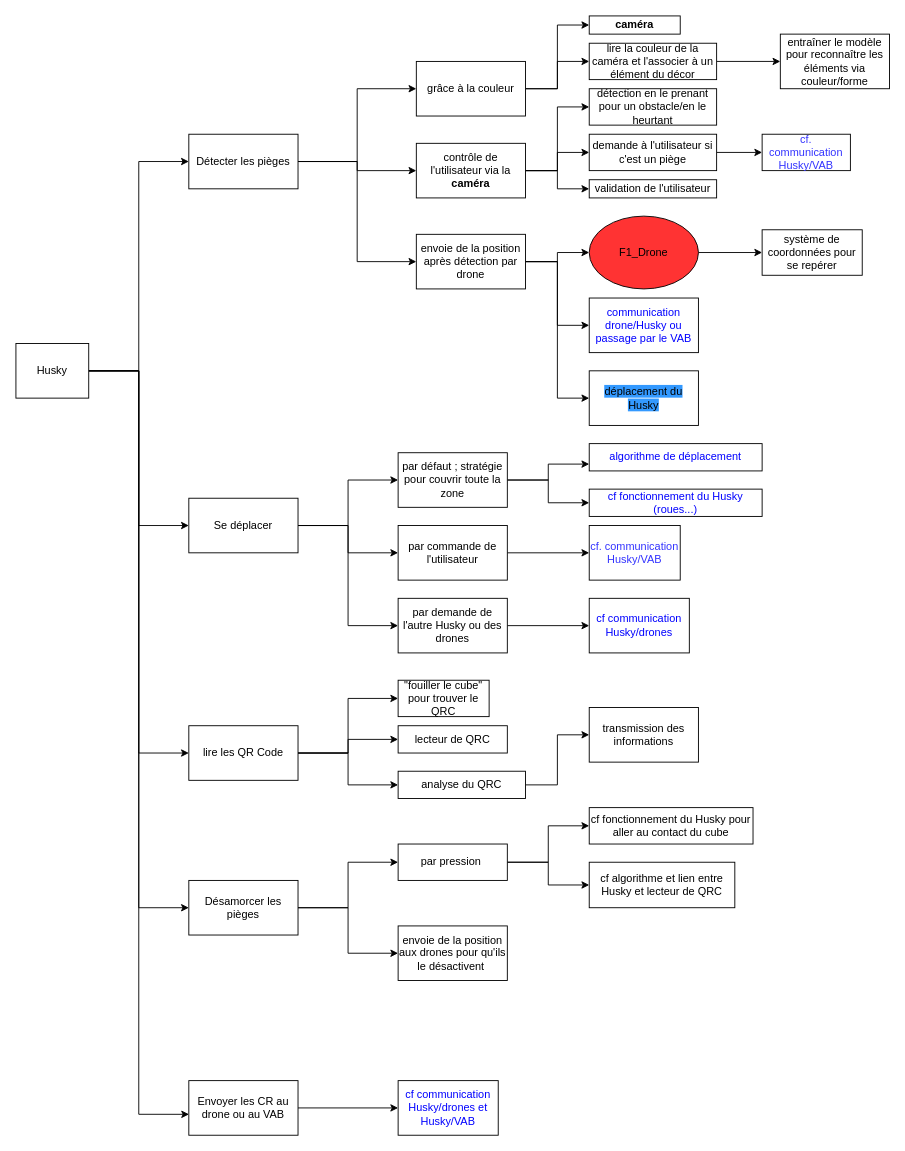
This is page "Page-1" (1 of 2) of Diagrammes/F15.drawio from annieliu52/CoHoMa, a draw.io file, before an edit. Source tidied: cells renumbered, new cells numbered last; positions are measured from the earlier drawing's top-left corner, leaving out a move shared by most shapes. Both pictures are drawn from the tidied source at 91%, with x=0, y=0 at pixel (15, 15).
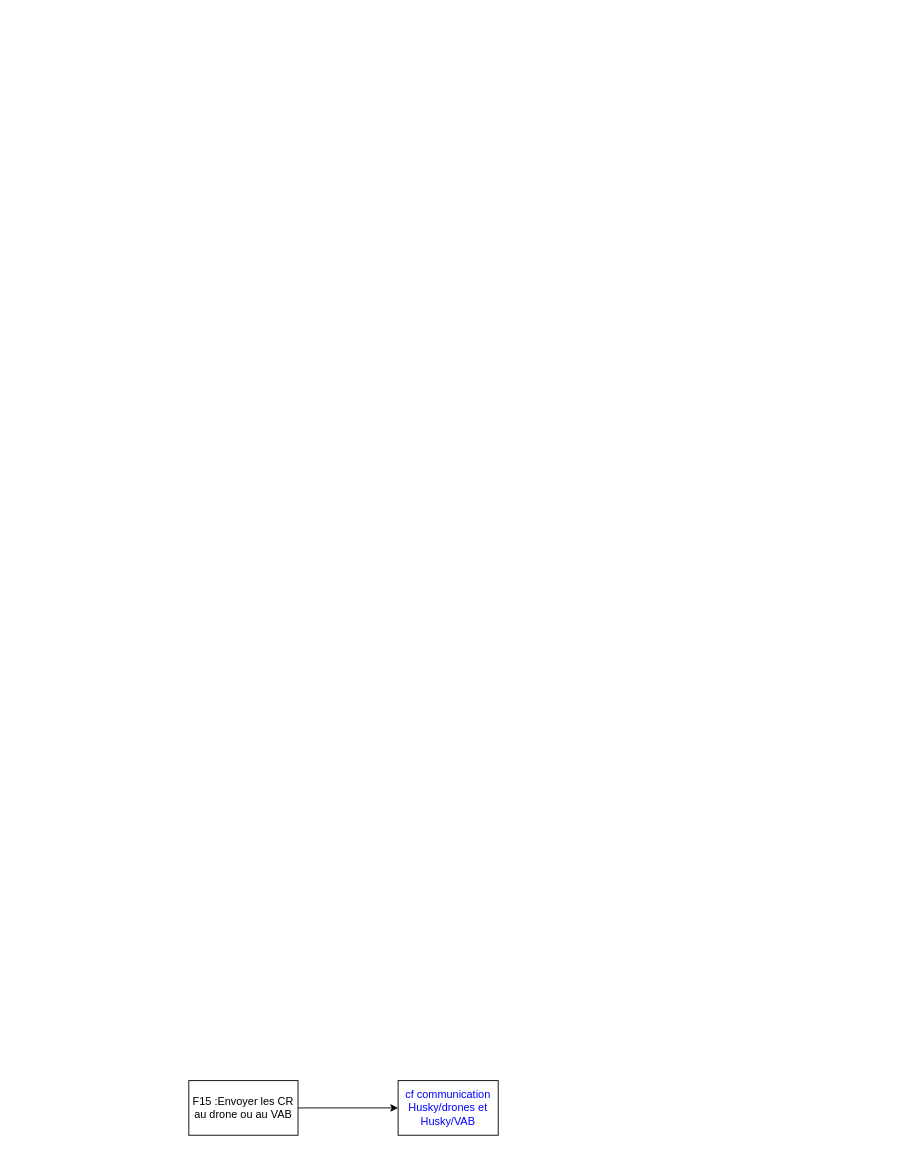
Above is the later version.

The edit, as a diff of the source:
```diff
@@
-    <mxCell id="2" style="edgeStyle=orthogonalEdgeStyle;rounded=0;jettySize=auto;html=1;exitX=1;exitY=0.5;exitDx=0;exitDy=0;entryX=0;entryY=0.5;entryDx=0;entryDy=0;" parent="1" edge="1" source="5" target="23">
-      <mxGeometry relative="1" as="geometry" />
-    </mxCell>
-    <mxCell id="3" style="edgeStyle=orthogonalEdgeStyle;rounded=0;jettySize=auto;html=1;exitX=1;exitY=0.5;exitDx=0;exitDy=0;entryX=0;entryY=0.5;entryDx=0;entryDy=0;" parent="1" edge="1" source="5" target="28">
-      <mxGeometry relative="1" as="geometry" />
-    </mxCell>
-    <mxCell id="4" style="edgeStyle=orthogonalEdgeStyle;rounded=0;jettySize=auto;html=1;exitX=1;exitY=0.5;exitDx=0;exitDy=0;entryX=0;entryY=0.5;entryDx=0;entryDy=0;" parent="1" edge="1" source="5" target="32">
-      <mxGeometry relative="1" as="geometry" />
-    </mxCell>
-    <mxCell id="5" value="Détecter les pièges" style="rounded=0;whiteSpace=wrap;html=1;" parent="1" vertex="1">
-      <mxGeometry x="190" y="130" width="120" height="60" as="geometry" />
-    </mxCell>
-    <mxCell id="6" style="edgeStyle=orthogonalEdgeStyle;rounded=0;jettySize=auto;html=1;exitX=1;exitY=0.5;exitDx=0;exitDy=0;entryX=0;entryY=0.5;entryDx=0;entryDy=0;fontColor=#000000;" parent="1" edge="1" source="9" target="48">
-      <mxGeometry relative="1" as="geometry" />
-    </mxCell>
-    <mxCell id="7" style="edgeStyle=orthogonalEdgeStyle;rounded=0;jettySize=auto;html=1;exitX=1;exitY=0.5;exitDx=0;exitDy=0;entryX=0;entryY=0.5;entryDx=0;entryDy=0;fontColor=#000000;" parent="1" edge="1" source="9" target="50">
-      <mxGeometry relative="1" as="geometry" />
-    </mxCell>
-    <mxCell id="8" style="edgeStyle=orthogonalEdgeStyle;rounded=0;jettySize=auto;html=1;exitX=1;exitY=0.5;exitDx=0;exitDy=0;entryX=0;entryY=0.5;entryDx=0;entryDy=0;fontColor=#000000;" parent="1" edge="1" source="9" target="52">
-      <mxGeometry relative="1" as="geometry" />
-    </mxCell>
-    <mxCell id="9" value="Se déplacer" style="rounded=0;whiteSpace=wrap;html=1;" parent="1" vertex="1">
-      <mxGeometry x="190" y="530" width="120" height="60" as="geometry" />
-    </mxCell>
-    <mxCell id="10" style="edgeStyle=orthogonalEdgeStyle;rounded=0;jettySize=auto;html=1;exitX=1;exitY=0.5;exitDx=0;exitDy=0;entryX=0;entryY=0.5;entryDx=0;entryDy=0;fontColor=#000000;" parent="1" edge="1" source="12" target="65">
-      <mxGeometry relative="1" as="geometry" />
-    </mxCell>
-    <mxCell id="11" style="edgeStyle=orthogonalEdgeStyle;rounded=0;jettySize=auto;html=1;exitX=1;exitY=0.5;exitDx=0;exitDy=0;entryX=0;entryY=0.5;entryDx=0;entryDy=0;fontColor=#000000;" parent="1" edge="1" source="12" target="68">
-      <mxGeometry relative="1" as="geometry" />
-    </mxCell>
-    <mxCell id="12" value="Désamorcer les pièges" style="rounded=0;whiteSpace=wrap;html=1;" parent="1" vertex="1">
-      <mxGeometry x="190" y="950" width="120" height="60" as="geometry" />
-    </mxCell>
@@
-    <mxCell id="14" value="Envoyer les CR au drone ou au VAB" style="rounded=0;whiteSpace=wrap;html=1;" parent="1" vertex="1">
+    <mxCell id="14" value="F15 :Envoyer les CR au drone ou au VAB" style="rounded=0;whiteSpace=wrap;html=1;" parent="1" vertex="1">
       <mxGeometry x="190" y="1170" width="120" height="60" as="geometry" />
     </mxCell>
-    <mxCell id="15" style="edgeStyle=orthogonalEdgeStyle;rounded=0;jettySize=auto;html=1;entryX=0;entryY=0.5;entryDx=0;entryDy=0;" parent="1" edge="1" source="20" target="5">
-      <mxGeometry relative="1" as="geometry" />
-    </mxCell>
-    <mxCell id="16" style="edgeStyle=orthogonalEdgeStyle;rounded=0;jettySize=auto;html=1;exitX=1;exitY=0.5;exitDx=0;exitDy=0;entryX=0;entryY=0.5;entryDx=0;entryDy=0;" parent="1" edge="1" source="20" target="9">
-      <mxGeometry relative="1" as="geometry" />
-    </mxCell>
-    <mxCell id="17" style="edgeStyle=orthogonalEdgeStyle;rounded=0;jettySize=auto;html=1;exitX=1;exitY=0.5;exitDx=0;exitDy=0;entryX=0;entryY=0.5;entryDx=0;entryDy=0;" parent="1" edge="1" source="20" target="12">
-      <mxGeometry relative="1" as="geometry" />
-    </mxCell>
-    <mxCell id="18" style="edgeStyle=orthogonalEdgeStyle;rounded=0;jettySize=auto;html=1;entryX=0.002;entryY=0.617;entryDx=0;entryDy=0;entryPerimeter=0;" parent="1" edge="1" source="20" target="14">
-      <mxGeometry relative="1" as="geometry" />
-    </mxCell>
-    <mxCell id="19" style="edgeStyle=orthogonalEdgeStyle;rounded=0;jettySize=auto;html=1;exitX=1;exitY=0.5;exitDx=0;exitDy=0;entryX=0;entryY=0.5;entryDx=0;entryDy=0;fontColor=#000000;" parent="1" edge="1" source="20" target="60">
-      <mxGeometry relative="1" as="geometry" />
-    </mxCell>
-    <mxCell id="20" value="Husky" style="rounded=0;whiteSpace=wrap;html=1;" parent="1" vertex="1">
-      <mxGeometry y="360" width="80" height="60" as="geometry" />
-    </mxCell>
-    <mxCell id="21" style="edgeStyle=orthogonalEdgeStyle;rounded=0;jettySize=auto;html=1;exitX=1;exitY=0.5;exitDx=0;exitDy=0;entryX=0;entryY=0.5;entryDx=0;entryDy=0;fontColor=#000000;" parent="1" edge="1" source="23" target="39">
-      <mxGeometry relative="1" as="geometry" />
-    </mxCell>
-    <mxCell id="22" style="edgeStyle=orthogonalEdgeStyle;rounded=0;jettySize=auto;html=1;exitX=1;exitY=0.5;exitDx=0;exitDy=0;entryX=0;entryY=0.5;entryDx=0;entryDy=0;fontColor=#000000;" parent="1" edge="1" source="23" target="41">
-      <mxGeometry relative="1" as="geometry" />
-    </mxCell>
-    <mxCell id="23" value="grâce à la couleur" style="rounded=0;whiteSpace=wrap;html=1;" parent="1" vertex="1">
-      <mxGeometry x="440" y="50" width="120" height="60" as="geometry" />
-    </mxCell>
-    <mxCell id="24" value="détection en le prenant pour un obstacle/en le heurtant" style="rounded=0;whiteSpace=wrap;html=1;" parent="1" vertex="1">
-      <mxGeometry x="630" y="80" width="140" height="40" as="geometry" />
-    </mxCell>
-    <mxCell id="25" style="edgeStyle=orthogonalEdgeStyle;rounded=0;jettySize=auto;html=1;exitX=1;exitY=0.5;exitDx=0;exitDy=0;entryX=0;entryY=0.5;entryDx=0;entryDy=0;" parent="1" edge="1" source="28" target="24">
-      <mxGeometry relative="1" as="geometry" />
-    </mxCell>
-    <mxCell id="26" style="edgeStyle=orthogonalEdgeStyle;rounded=0;jettySize=auto;html=1;exitX=1;exitY=0.5;exitDx=0;exitDy=0;entryX=0;entryY=0.5;entryDx=0;entryDy=0;fontColor=#000000;" parent="1" edge="1" source="28" target="36">
-      <mxGeometry relative="1" as="geometry" />
-    </mxCell>
-    <mxCell id="27" style="edgeStyle=orthogonalEdgeStyle;rounded=0;jettySize=auto;html=1;exitX=1;exitY=0.5;exitDx=0;exitDy=0;entryX=0;entryY=0.5;entryDx=0;entryDy=0;fontColor=#000000;" parent="1" edge="1" source="28" target="37">
-      <mxGeometry relative="1" as="geometry" />
-    </mxCell>
-    <mxCell id="28" value="contrôle de l'utilisateur via la &lt;b&gt;caméra&lt;/b&gt;" style="rounded=0;whiteSpace=wrap;html=1;" parent="1" vertex="1">
-      <mxGeometry x="440" y="140" width="120" height="60" as="geometry" />
-    </mxCell>
-    <mxCell id="29" style="edgeStyle=orthogonalEdgeStyle;rounded=0;jettySize=auto;html=1;exitX=1;exitY=0.5;exitDx=0;exitDy=0;entryX=0;entryY=0.5;entryDx=0;entryDy=0;fontColor=#FF3333;" parent="1" edge="1" source="32" target="34">
-      <mxGeometry relative="1" as="geometry" />
-    </mxCell>
-    <mxCell id="30" style="edgeStyle=orthogonalEdgeStyle;rounded=0;jettySize=auto;html=1;exitX=1;exitY=0.5;exitDx=0;exitDy=0;entryX=0;entryY=0.5;entryDx=0;entryDy=0;fontColor=#0000FF;" parent="1" edge="1" source="32" target="43">
-      <mxGeometry relative="1" as="geometry" />
-    </mxCell>
-    <mxCell id="31" style="edgeStyle=orthogonalEdgeStyle;rounded=0;jettySize=auto;html=1;exitX=1;exitY=0.5;exitDx=0;exitDy=0;entryX=0;entryY=0.5;entryDx=0;entryDy=0;fontColor=#000000;" parent="1" edge="1" source="32" target="44">
-      <mxGeometry relative="1" as="geometry" />
-    </mxCell>
-    <mxCell id="32" value="envoie de la position après détection par drone" style="rounded=0;whiteSpace=wrap;html=1;" parent="1" vertex="1">
-      <mxGeometry x="440" y="240" width="120" height="60" as="geometry" />
-    </mxCell>
-    <mxCell id="33" style="edgeStyle=orthogonalEdgeStyle;rounded=0;jettySize=auto;html=1;exitX=1;exitY=0.5;exitDx=0;exitDy=0;entryX=0;entryY=0.5;entryDx=0;entryDy=0;fontColor=#000000;" parent="1" edge="1" source="34" target="45">
-      <mxGeometry relative="1" as="geometry" />
-    </mxCell>
-    <mxCell id="34" value="F1_Drone" style="ellipse;whiteSpace=wrap;html=1;fillColor=#FF3333;" parent="1" vertex="1">
-      <mxGeometry x="630" y="220" width="120" height="80" as="geometry" />
-    </mxCell>
-    <mxCell id="35" style="edgeStyle=orthogonalEdgeStyle;rounded=0;jettySize=auto;html=1;exitX=1;exitY=0.5;exitDx=0;exitDy=0;entryX=0;entryY=0.5;entryDx=0;entryDy=0;fontColor=#3333FF;" parent="1" edge="1" source="36" target="38">
-      <mxGeometry relative="1" as="geometry" />
-    </mxCell>
-    <mxCell id="36" value="&lt;font color=&quot;#000000&quot;&gt;demande à l'utilisateur si c'est un piège&lt;/font&gt;" style="rounded=0;whiteSpace=wrap;html=1;fontColor=#FF3333;fillColor=#FFFFFF;" parent="1" vertex="1">
-      <mxGeometry x="630" y="130" width="140" height="40" as="geometry" />
-    </mxCell>
-    <mxCell id="37" value="validation de l'utilisateur" style="rounded=0;whiteSpace=wrap;html=1;labelBackgroundColor=none;fontColor=#000000;fillColor=#FFFFFF;" parent="1" vertex="1">
-      <mxGeometry x="630" y="180" width="140" height="20" as="geometry" />
-    </mxCell>
-    <mxCell id="38" value="&lt;font color=&quot;#3333ff&quot;&gt;cf. communication Husky/VAB&lt;/font&gt;" style="rounded=0;whiteSpace=wrap;html=1;labelBackgroundColor=none;fontColor=#000000;fillColor=#FFFFFF;" parent="1" vertex="1">
-      <mxGeometry x="820" y="130" width="97" height="40" as="geometry" />
-    </mxCell>
-    <mxCell id="39" value="&lt;font color=&quot;#000000&quot;&gt;&lt;b&gt;caméra&lt;/b&gt;&lt;/font&gt;" style="rounded=0;whiteSpace=wrap;html=1;labelBackgroundColor=none;fontColor=#3333FF;fillColor=#FFFFFF;" parent="1" vertex="1">
-      <mxGeometry x="630" width="100" height="20" as="geometry" />
-    </mxCell>
-    <mxCell id="40" style="edgeStyle=orthogonalEdgeStyle;rounded=0;jettySize=auto;html=1;exitX=1;exitY=0.5;exitDx=0;exitDy=0;entryX=0;entryY=0.5;entryDx=0;entryDy=0;fontColor=#000000;" parent="1" edge="1" source="41" target="42">
-      <mxGeometry relative="1" as="geometry" />
-    </mxCell>
-    <mxCell id="41" value="lire la couleur de la caméra et l'associer à un élément du décor" style="rounded=0;whiteSpace=wrap;html=1;labelBackgroundColor=none;fontColor=#000000;fillColor=#FFFFFF;" parent="1" vertex="1">
-      <mxGeometry x="630" y="30" width="140" height="40" as="geometry" />
-    </mxCell>
-    <mxCell id="42" value="entraîner le modèle pour reconnaître les éléments via couleur/forme" style="rounded=0;whiteSpace=wrap;html=1;labelBackgroundColor=none;fontColor=#000000;fillColor=#FFFFFF;" parent="1" vertex="1">
-      <mxGeometry x="840" y="20" width="120" height="60" as="geometry" />
-    </mxCell>
-    <mxCell id="43" value="&lt;font color=&quot;#0000ff&quot;&gt;communication drone/Husky ou passage par le VAB&lt;/font&gt;" style="rounded=0;whiteSpace=wrap;html=1;labelBackgroundColor=none;fontColor=#000000;fillColor=#FFFFFF;" parent="1" vertex="1">
-      <mxGeometry x="630" y="310" width="120" height="60" as="geometry" />
-    </mxCell>
-    <mxCell id="44" value="&lt;font color=&quot;#000000&quot; style=&quot;background-color: rgb(51 , 153 , 255)&quot;&gt;déplacement du Husky&lt;/font&gt;" style="rounded=0;whiteSpace=wrap;html=1;labelBackgroundColor=none;fontColor=#0000FF;fillColor=#FFFFFF;" parent="1" vertex="1">
-      <mxGeometry x="630" y="390" width="120" height="60" as="geometry" />
-    </mxCell>
-    <mxCell id="45" value="système de coordonnées pour se repérer" style="rounded=0;whiteSpace=wrap;html=1;labelBackgroundColor=none;" parent="1" vertex="1">
-      <mxGeometry x="820" y="235" width="110" height="50" as="geometry" />
-    </mxCell>
-    <mxCell id="46" style="edgeStyle=orthogonalEdgeStyle;rounded=0;jettySize=auto;html=1;exitX=1;exitY=0.5;exitDx=0;exitDy=0;entryX=0;entryY=0.75;entryDx=0;entryDy=0;fontColor=#0000FF;" parent="1" edge="1" source="48" target="55">
-      <mxGeometry relative="1" as="geometry" />
-    </mxCell>
-    <mxCell id="47" style="edgeStyle=orthogonalEdgeStyle;rounded=0;jettySize=auto;html=1;exitX=1;exitY=0.5;exitDx=0;exitDy=0;entryX=0;entryY=0.5;entryDx=0;entryDy=0;fontColor=#0000FF;" parent="1" edge="1" source="48" target="56">
-      <mxGeometry relative="1" as="geometry" />
-    </mxCell>
-    <mxCell id="48" value="par défaut ; stratégie pour couvrir toute la zone" style="rounded=0;whiteSpace=wrap;html=1;labelBackgroundColor=none;fontColor=#000000;strokeColor=#000000;fillColor=default;" parent="1" vertex="1">
-      <mxGeometry x="420" y="480" width="120" height="60" as="geometry" />
-    </mxCell>
-    <mxCell id="49" style="edgeStyle=orthogonalEdgeStyle;rounded=0;jettySize=auto;html=1;exitX=1;exitY=0.5;exitDx=0;exitDy=0;entryX=0;entryY=0.5;entryDx=0;entryDy=0;fontColor=#000000;" parent="1" edge="1" source="50" target="54">
-      <mxGeometry relative="1" as="geometry" />
-    </mxCell>
-    <mxCell id="50" value="par commande de l'utilisateur" style="rounded=0;whiteSpace=wrap;html=1;labelBackgroundColor=none;fontColor=#000000;strokeColor=#000000;fillColor=default;" parent="1" vertex="1">
-      <mxGeometry x="420" y="560" width="120" height="60" as="geometry" />
-    </mxCell>
-    <mxCell id="51" style="edgeStyle=orthogonalEdgeStyle;rounded=0;jettySize=auto;html=1;exitX=1;exitY=0.5;exitDx=0;exitDy=0;entryX=0;entryY=0.5;entryDx=0;entryDy=0;fontColor=#000000;" parent="1" edge="1" source="52" target="53">
-      <mxGeometry relative="1" as="geometry" />
-    </mxCell>
-    <mxCell id="52" value="par demande de l'autre Husky ou des drones" style="rounded=0;whiteSpace=wrap;html=1;labelBackgroundColor=none;fontColor=#000000;strokeColor=#000000;fillColor=default;" parent="1" vertex="1">
-      <mxGeometry x="420" y="640" width="120" height="60" as="geometry" />
-    </mxCell>
-    <mxCell id="53" value="&lt;font color=&quot;#0000ff&quot;&gt;cf communication Husky/drones&lt;/font&gt;" style="rounded=0;whiteSpace=wrap;html=1;labelBackgroundColor=none;fontColor=#000000;strokeColor=#000000;fillColor=default;" parent="1" vertex="1">
-      <mxGeometry x="630" y="640" width="110" height="60" as="geometry" />
-    </mxCell>
-    <mxCell id="54" value="&lt;font color=&quot;#3333ff&quot;&gt;cf. communication Husky/VAB&lt;/font&gt;" style="rounded=0;whiteSpace=wrap;html=1;labelBackgroundColor=none;fontColor=#000000;fillColor=#FFFFFF;" parent="1" vertex="1">
-      <mxGeometry x="630" y="560" width="100" height="60" as="geometry" />
-    </mxCell>
-    <mxCell id="55" value="algorithme de déplacement" style="rounded=0;whiteSpace=wrap;html=1;labelBackgroundColor=none;fontColor=#0000FF;strokeColor=#000000;fillColor=default;" parent="1" vertex="1">
-      <mxGeometry x="630" y="470" width="190" height="30" as="geometry" />
-    </mxCell>
-    <mxCell id="56" value="cf fonctionnement du Husky (roues...)" style="rounded=0;whiteSpace=wrap;html=1;labelBackgroundColor=none;fontColor=#0000FF;strokeColor=#000000;fillColor=default;" parent="1" vertex="1">
-      <mxGeometry x="630" y="520" width="190" height="30" as="geometry" />
-    </mxCell>
-    <mxCell id="57" style="edgeStyle=orthogonalEdgeStyle;rounded=0;jettySize=auto;html=1;exitX=1;exitY=0.5;exitDx=0;exitDy=0;entryX=0;entryY=0.5;entryDx=0;entryDy=0;fontColor=#000000;" parent="1" edge="1" source="60" target="61">
-      <mxGeometry relative="1" as="geometry" />
-    </mxCell>
-    <mxCell id="58" style="edgeStyle=orthogonalEdgeStyle;rounded=0;jettySize=auto;html=1;exitX=1;exitY=0.5;exitDx=0;exitDy=0;entryX=0;entryY=0.5;entryDx=0;entryDy=0;fontColor=#000000;" parent="1" edge="1" source="60" target="62">
-      <mxGeometry relative="1" as="geometry" />
-    </mxCell>
-    <mxCell id="59" style="edgeStyle=orthogonalEdgeStyle;rounded=0;jettySize=auto;html=1;exitX=1;exitY=0.5;exitDx=0;exitDy=0;entryX=0;entryY=0.5;entryDx=0;entryDy=0;fontColor=#000000;" parent="1" edge="1" source="60" target="70">
-      <mxGeometry relative="1" as="geometry" />
-    </mxCell>
-    <mxCell id="60" value="&lt;font color=&quot;#000000&quot;&gt;lire les QR Code&lt;/font&gt;" style="rounded=0;whiteSpace=wrap;html=1;labelBackgroundColor=none;fontColor=#0000FF;strokeColor=#000000;fillColor=default;" parent="1" vertex="1">
-      <mxGeometry x="190" y="780" width="120" height="60" as="geometry" />
-    </mxCell>
-    <mxCell id="61" value="&quot;fouiller le cube&quot; pour trouver le QRC" style="rounded=0;whiteSpace=wrap;html=1;labelBackgroundColor=none;fontColor=#000000;strokeColor=#000000;fillColor=default;" parent="1" vertex="1">
-      <mxGeometry x="420" y="730" width="100" height="40" as="geometry" />
-    </mxCell>
-    <mxCell id="62" value="lecteur de QRC" style="rounded=0;whiteSpace=wrap;html=1;labelBackgroundColor=none;fontColor=#000000;strokeColor=#000000;fillColor=default;" parent="1" vertex="1">
-      <mxGeometry x="420" y="780" width="120" height="30" as="geometry" />
-    </mxCell>
-    <mxCell id="63" style="edgeStyle=orthogonalEdgeStyle;rounded=0;jettySize=auto;html=1;exitX=1;exitY=0.5;exitDx=0;exitDy=0;entryX=0;entryY=0.5;entryDx=0;entryDy=0;fontColor=#000000;" parent="1" edge="1" source="65" target="66">
-      <mxGeometry relative="1" as="geometry" />
-    </mxCell>
-    <mxCell id="64" style="edgeStyle=orthogonalEdgeStyle;rounded=0;jettySize=auto;html=1;exitX=1;exitY=0.5;exitDx=0;exitDy=0;entryX=0;entryY=0.5;entryDx=0;entryDy=0;fontColor=#000000;" parent="1" edge="1" source="65" target="67">
-      <mxGeometry relative="1" as="geometry" />
-    </mxCell>
-    <mxCell id="65" value="par pression&amp;nbsp;" style="rounded=0;whiteSpace=wrap;html=1;labelBackgroundColor=none;fontColor=#000000;strokeColor=#000000;fillColor=default;" parent="1" vertex="1">
-      <mxGeometry x="420" y="910" width="120" height="40" as="geometry" />
-    </mxCell>
-    <mxCell id="66" value="cf fonctionnement du Husky pour aller au contact du cube" style="rounded=0;whiteSpace=wrap;html=1;labelBackgroundColor=none;fontColor=#000000;strokeColor=#000000;fillColor=default;" parent="1" vertex="1">
-      <mxGeometry x="630" y="870" width="180" height="40" as="geometry" />
-    </mxCell>
-    <mxCell id="67" value="cf algorithme et lien entre Husky et lecteur de QRC" style="rounded=0;whiteSpace=wrap;html=1;labelBackgroundColor=none;fontColor=#000000;strokeColor=#000000;fillColor=default;" parent="1" vertex="1">
-      <mxGeometry x="630" y="930" width="160" height="50" as="geometry" />
-    </mxCell>
-    <mxCell id="68" value="envoie de la position aux drones pour qu'ils le désactivent&amp;nbsp;" style="rounded=0;whiteSpace=wrap;html=1;labelBackgroundColor=none;fontColor=#000000;strokeColor=#000000;fillColor=default;" parent="1" vertex="1">
-      <mxGeometry x="420" y="1000" width="120" height="60" as="geometry" />
-    </mxCell>
-    <mxCell id="69" style="edgeStyle=orthogonalEdgeStyle;rounded=0;jettySize=auto;html=1;exitX=1;exitY=0.5;exitDx=0;exitDy=0;entryX=0;entryY=0.5;entryDx=0;entryDy=0;fontColor=#000000;" parent="1" edge="1" source="70" target="71">
-      <mxGeometry relative="1" as="geometry" />
-    </mxCell>
-    <mxCell id="70" value="analyse du QRC" style="rounded=0;whiteSpace=wrap;html=1;labelBackgroundColor=none;fontColor=#000000;strokeColor=#000000;fillColor=default;" parent="1" vertex="1">
-      <mxGeometry x="420" y="830" width="140" height="30" as="geometry" />
-    </mxCell>
-    <mxCell id="71" value="transmission des informations" style="rounded=0;whiteSpace=wrap;html=1;labelBackgroundColor=none;fontColor=#000000;strokeColor=#000000;fillColor=default;" parent="1" vertex="1">
-      <mxGeometry x="630" y="760" width="120" height="60" as="geometry" />
-    </mxCell>
```
